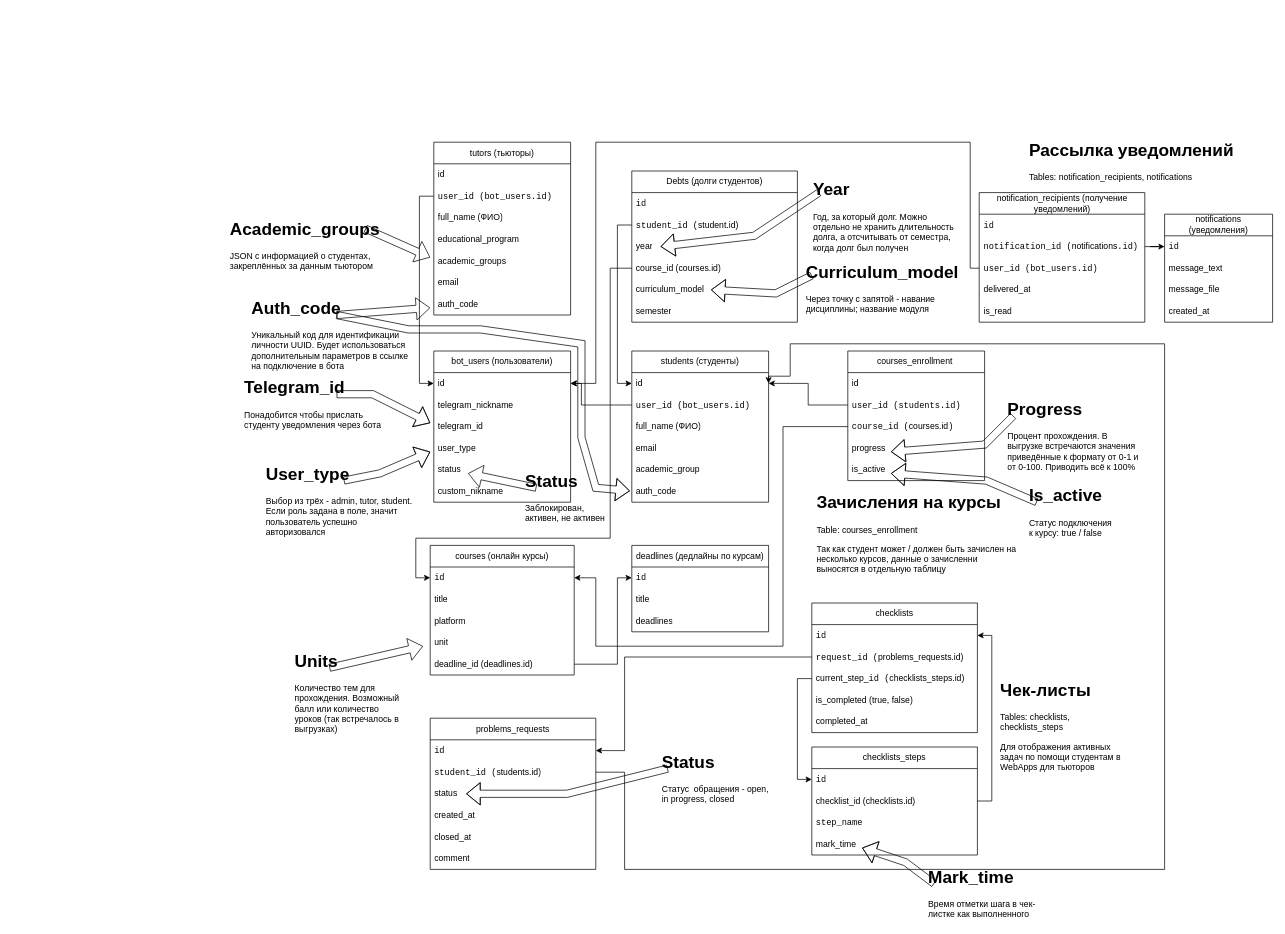
GeekNekoS/Draw_io keeps this draw.io diagram as Accompanying students.drawio. Above is the earlier version. Source tidied: cells renumbered, new cells numbered last; positions are measured from the earlier drawing's top-left corner, leaving out a move shared by most shapes. Both pictures are drawn from the tidied source at 72%, with x=0, y=0 at pixel (228, 135).
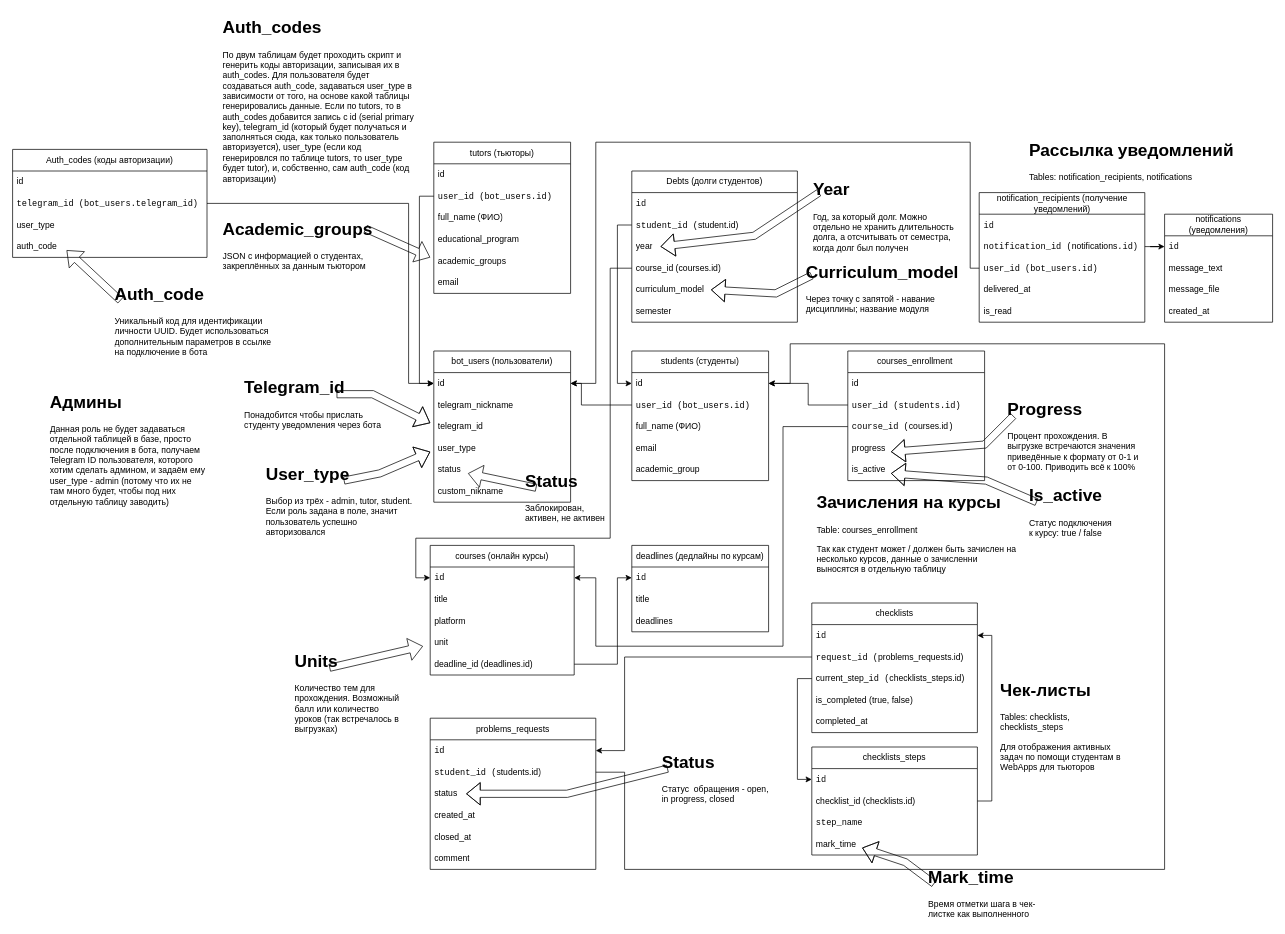
The same page after the edit.

Unchanged cells that the change refers to:
```xml
<mxCell id="14" value="&lt;code&gt;student_id (&lt;/code&gt;students.id)" style="text;strokeColor=none;fillColor=none;align=left;verticalAlign=middle;spacingLeft=4;spacingRight=4;overflow=hidden;points=[[0,0.5],[1,0.5]];portConstraint=eastwest;whiteSpace=wrap;html=1;" parent="12" vertex="1">
  <mxGeometry y="60" width="230" height="30" as="geometry" />
</mxCell>
<mxCell id="27" value="id " style="text;strokeColor=none;fillColor=none;align=left;verticalAlign=middle;spacingLeft=4;spacingRight=4;overflow=hidden;points=[[0,0.5],[1,0.5]];portConstraint=eastwest;whiteSpace=wrap;html=1;" parent="26" vertex="1">
  <mxGeometry y="30" width="190" height="30" as="geometry" />
</mxCell>
<mxCell id="35" value="id " style="text;strokeColor=none;fillColor=none;align=left;verticalAlign=middle;spacingLeft=4;spacingRight=4;overflow=hidden;points=[[0,0.5],[1,0.5]];portConstraint=eastwest;whiteSpace=wrap;html=1;" parent="34" vertex="1">
  <mxGeometry y="30" width="190" height="30" as="geometry" />
</mxCell>
```

The edit, as a diff of the source:
```diff
@@
     <mxCell id="34" value="students (студенты)" style="swimlane;fontStyle=0;horizontal=1;startSize=30;whiteSpace=wrap;html=1;" parent="1" vertex="1">
-      <mxGeometry x="560" y="300" width="190" height="210" as="geometry" />
+      <mxGeometry x="560" y="300" width="190" height="180" as="geometry" />
     </mxCell>
@@
-    <mxCell id="40" value="auth_code" style="text;strokeColor=none;fillColor=none;align=left;verticalAlign=middle;spacingLeft=4;spacingRight=4;overflow=hidden;points=[[0,0.5],[1,0.5]];portConstraint=eastwest;whiteSpace=wrap;html=1;" parent="34" vertex="1">
-      <mxGeometry y="180" width="190" height="30" as="geometry" />
-    </mxCell>
@@
     <mxCell id="70" value="tutors (тьюторы)" style="swimlane;fontStyle=0;horizontal=1;startSize=30;whiteSpace=wrap;html=1;" parent="1" vertex="1">
-      <mxGeometry x="285" y="10" width="190" height="240" as="geometry" />
+      <mxGeometry x="285" y="10" width="190" height="210" as="geometry" />
     </mxCell>
@@
-    <mxCell id="77" value="auth_code" style="text;strokeColor=none;fillColor=none;align=left;verticalAlign=middle;spacingLeft=4;spacingRight=4;overflow=hidden;whiteSpace=wrap;html=1;" parent="70" vertex="1">
-      <mxGeometry y="210" width="190" height="30" as="geometry" />
-    </mxCell>
     <mxCell id="78" value="&lt;h1 style=&quot;margin-top: 0px;&quot;&gt;&lt;span style=&quot;white-space: pre-wrap;&quot; class=&quot;EzKURWReUAB5oZgtQNkl&quot;&gt;Auth_code&lt;/span&gt;&lt;/h1&gt;Уникальный код для идентификации личности UUID. Будет использоваться дополнительным параметров в ссылке на подключение в бота" style="text;html=1;whiteSpace=wrap;overflow=hidden;rounded=0;" parent="1" vertex="1">
-      <mxGeometry x="30" y="220" width="220" height="110" as="geometry" />
+      <mxGeometry x="-160" y="200" width="220" height="110" as="geometry" />
     </mxCell>
@@
     <mxCell id="97" style="edgeStyle=orthogonalEdgeStyle;rounded=0;jettySize=auto;html=1;entryX=1;entryY=0.5;entryDx=0;entryDy=0;" parent="1" edge="1" source="14" target="35">
       <mxGeometry relative="1" as="geometry">
         <Array as="points">
           <mxPoint x="550" y="885" />
           <mxPoint x="550" y="1020" />
           <mxPoint x="1300" y="1020" />
           <mxPoint x="1300" y="290" />
           <mxPoint x="780" y="290" />
-          <mxPoint x="780" y="335" />
+          <mxPoint x="780" y="345" />
         </Array>
       </mxGeometry>
     </mxCell>
@@
-    <mxCell id="113" style="shape=flexArrow;endArrow=classic;html=1;rounded=0;" parent="1" edge="1">
-      <mxGeometry relative="1" as="geometry">
-        <mxPoint x="150" y="250" as="sourcePoint" />
-        <mxPoint x="280" y="240" as="targetPoint" />
-      </mxGeometry>
-    </mxCell>
     <mxCell id="114" value="&lt;h1 style=&quot;margin-top: 0px;&quot;&gt;&lt;span style=&quot;white-space: pre-wrap;&quot; class=&quot;EzKURWReUAB5oZgtQNkl&quot;&gt;Academic&lt;/span&gt;_&lt;span style=&quot;white-space: pre-wrap;&quot; class=&quot;EzKURWReUAB5oZgtQNkl&quot;&gt;groups&lt;/span&gt;&lt;/h1&gt;JSON с информацией о студентах, закреплённых за данным тьютором" style="text;html=1;whiteSpace=wrap;overflow=hidden;rounded=0;" parent="1" vertex="1">
-      <mxGeometry y="110" width="215" height="90" as="geometry" />
+      <mxGeometry x="-10" y="110" width="215" height="90" as="geometry" />
     </mxCell>
@@
-    <mxCell id="116" style="shape=flexArrow;endArrow=classic;html=1;rounded=0;entryX=-0.014;entryY=0.477;entryDx=0;entryDy=0;entryPerimeter=0;" parent="1" edge="1" target="40">
-      <mxGeometry relative="1" as="geometry">
-        <mxPoint x="150" y="250" as="sourcePoint" />
-        <Array as="points">
-          <mxPoint x="250" y="270" />
-          <mxPoint x="350" y="270" />
-          <mxPoint x="490" y="290" />
-          <mxPoint x="490" y="420" />
-          <mxPoint x="510" y="490" />
-        </Array>
-      </mxGeometry>
-    </mxCell>
+    <mxCell id="117" value="Auth_codes (коды авторизации)" style="swimlane;fontStyle=0;horizontal=1;startSize=30;whiteSpace=wrap;html=1;" parent="1" vertex="1">
+      <mxGeometry x="-300" y="20" width="270" height="150" as="geometry" />
+    </mxCell>
+    <mxCell id="118" value="id " style="text;strokeColor=none;fillColor=none;align=left;verticalAlign=middle;spacingLeft=4;spacingRight=4;overflow=hidden;whiteSpace=wrap;html=1;" parent="117" vertex="1">
+      <mxGeometry y="30" width="270" height="30" as="geometry" />
+    </mxCell>
+    <mxCell id="119" value="&lt;code&gt;telegram_id (bot_users.telegram_id)&lt;br&gt;&lt;/code&gt;" style="text;strokeColor=none;fillColor=none;align=left;verticalAlign=middle;spacingLeft=4;spacingRight=4;overflow=hidden;points=[[0,0.5],[1,0.5]];portConstraint=eastwest;whiteSpace=wrap;html=1;" parent="117" vertex="1">
+      <mxGeometry y="60" width="270" height="30" as="geometry" />
+    </mxCell>
+    <mxCell id="120" value="user_type" style="text;strokeColor=none;fillColor=none;align=left;verticalAlign=middle;spacingLeft=4;spacingRight=4;overflow=hidden;whiteSpace=wrap;html=1;" parent="117" vertex="1">
+      <mxGeometry y="90" width="270" height="30" as="geometry" />
+    </mxCell>
+    <mxCell id="121" value="auth_code" style="text;strokeColor=none;fillColor=none;align=left;verticalAlign=middle;spacingLeft=4;spacingRight=4;overflow=hidden;whiteSpace=wrap;html=1;" parent="117" vertex="1">
+      <mxGeometry y="120" width="270" height="30" as="geometry" />
+    </mxCell>
+    <mxCell id="122" value="&lt;h1 style=&quot;margin-top: 0px;&quot;&gt;&lt;span style=&quot;white-space: pre-wrap;&quot; class=&quot;EzKURWReUAB5oZgtQNkl&quot;&gt;Админы&lt;/span&gt;&lt;/h1&gt;Данная роль не будет задаваться отдельной таблицей в базе, просто после подключения в бота, получаем Telegram ID пользователя, которого хотим сделать админом, и задаём ему user_type - admin (потому что их не там много будет, чтобы под них отдельную таблицу заводить)" style="text;html=1;whiteSpace=wrap;overflow=hidden;rounded=0;" parent="1" vertex="1">
+      <mxGeometry x="-250" y="350" width="220" height="180" as="geometry" />
+    </mxCell>
+    <mxCell id="123" value="&lt;h1 style=&quot;margin-top: 0px;&quot;&gt;&lt;span style=&quot;white-space: pre-wrap;&quot; class=&quot;EzKURWReUAB5oZgtQNkl&quot;&gt;Auth_codes&lt;br&gt;&lt;/span&gt;&lt;/h1&gt;По двум таблицам будет проходить скрипт и генерить коды авторизации, записывая их в auth_codes. Для пользователя будет создаваться auth_code, задаваться user_type в зависимости от того, на основе какой таблицы генерировались данные. Если по tutors, то в auth_codes добавится запись с id (serial primary key), telegram_id (который будет получаться и заполняться сюда, как только пользователь авторизуется), user_type (если код генерировлся по таблице tutors, то user_type будет tutor), и, собственно, сам auth_code (код авторизации)&amp;nbsp; " style="text;html=1;whiteSpace=wrap;overflow=hidden;rounded=0;" parent="1" vertex="1">
+      <mxGeometry x="-10" y="-170" width="270" height="240" as="geometry" />
+    </mxCell>
+    <mxCell id="124" style="edgeStyle=orthogonalEdgeStyle;rounded=0;jettySize=auto;html=1;entryX=0;entryY=0.5;entryDx=0;entryDy=0;" parent="1" edge="1" source="119" target="27">
+      <mxGeometry relative="1" as="geometry">
+        <Array as="points">
+          <mxPoint x="250" y="95" />
+          <mxPoint x="250" y="345" />
+        </Array>
+      </mxGeometry>
+    </mxCell>
+    <mxCell id="125" style="shape=flexArrow;endArrow=classic;html=1;rounded=0;" parent="1" edge="1">
+      <mxGeometry relative="1" as="geometry">
+        <mxPoint x="-150" y="230" as="sourcePoint" />
+        <mxPoint x="-225" y="160" as="targetPoint" />
+      </mxGeometry>
+    </mxCell>
```
